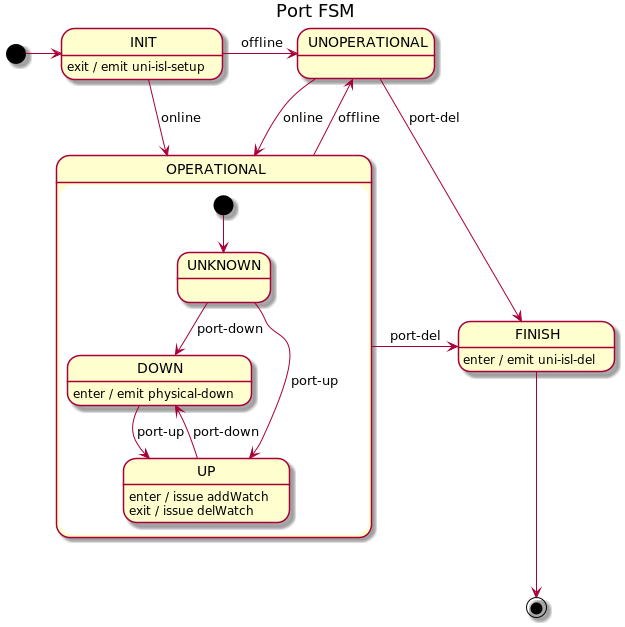
The PlantUML diagram docs/design/network-discovery/port-FSM.png in telstra/open-kilda, before a commit.
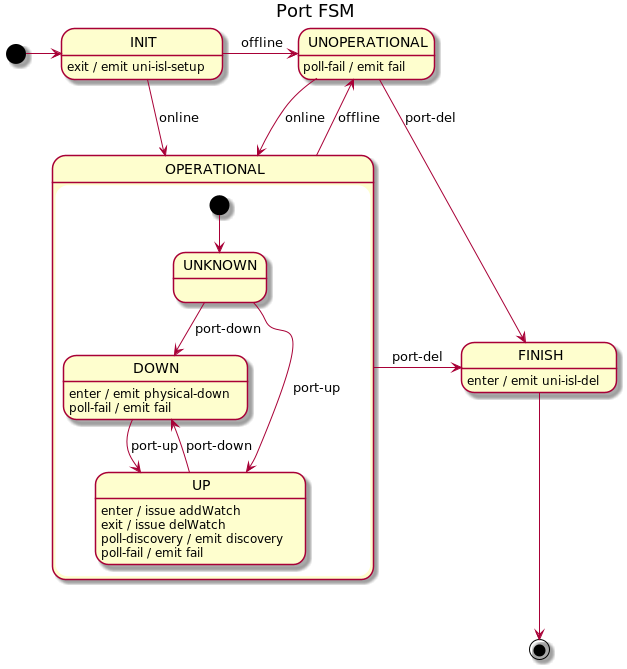
Later version of the same file.

Change to the diagram source:
```diff
@@ -15,10 +15,13 @@
 
     DOWN --> UP : port-up
     DOWN : enter / emit physical-down
+    DOWN : poll-fail / emit fail
 
     UP --> DOWN : port-down
     UP : enter / issue addWatch
     UP : exit / issue delWatch
+    UP : poll-discovery / emit discovery
+    UP : poll-fail / emit fail
 }
 
 OPERATIONAL --> UNOPERATIONAL : offline
@@ -26,6 +29,7 @@
 
 UNOPERATIONAL --> OPERATIONAL : online
 UNOPERATIONAL --> FINISH : port-del
+UNOPERATIONAL : poll-fail / emit fail
 
 FINISH: enter / emit uni-isl-del
 FINISH -d-> [*]
```
